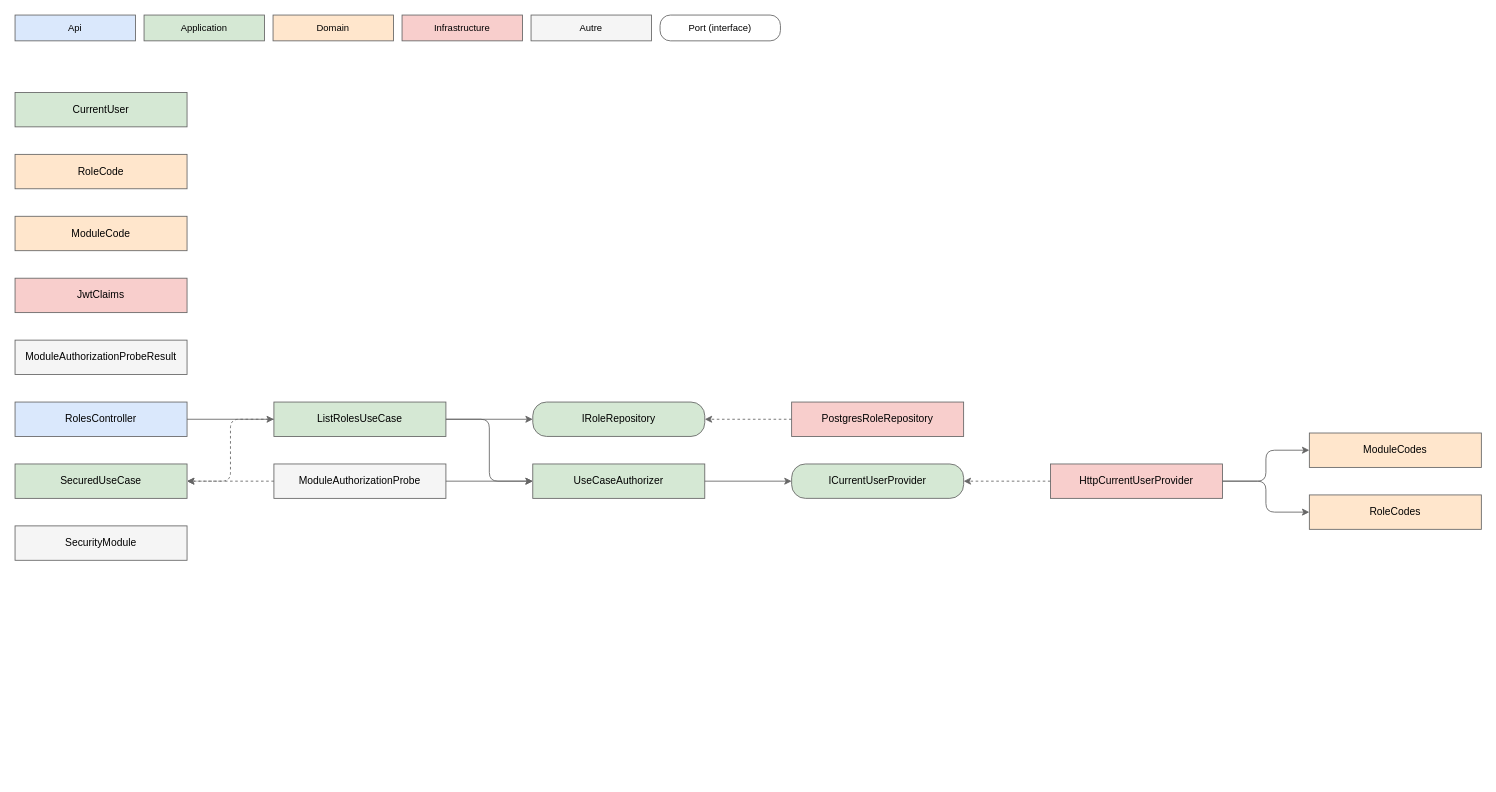
This is api/docs/diagrams/Core/Security/security.drawio from huiitre/Tools-app, a draw.io file, before an edit. Source tidied: cells renumbered, new cells numbered last; positions are measured from the earlier drawing's top-left corner, leaving out a move shared by most shapes. Both pictures are drawn from the tidied source at 86%, with x=0, y=0 at pixel (15, 15).
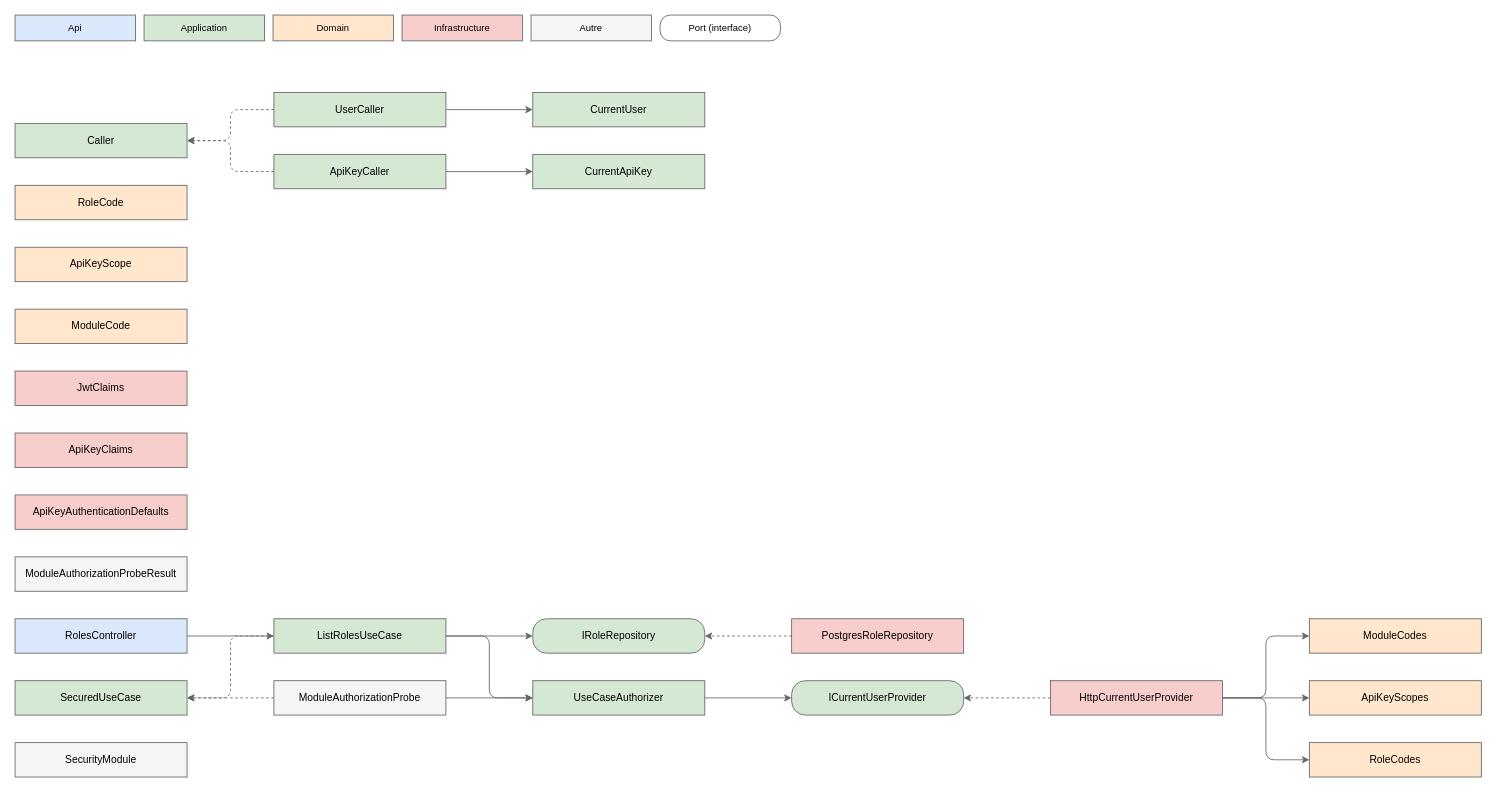
Above is the later version.

Change to the diagram source:
```diff
@@
+    <mxCell id="36" value="ApiKeyAuthenticationDefaults" style="rounded=0;whiteSpace=wrap;html=1;fillColor=#f8cecc;strokeColor=#666666;" parent="1" vertex="1">
+      <mxGeometry y="558" width="200" height="40" as="geometry" />
+    </mxCell>
+    <mxCell id="37" value="ApiKeyCaller" style="rounded=0;whiteSpace=wrap;html=1;fillColor=#d5e8d4;strokeColor=#666666;" parent="1" vertex="1">
+      <mxGeometry x="301" y="162" width="200" height="40" as="geometry" />
+    </mxCell>
+    <mxCell id="38" value="ApiKeyClaims" style="rounded=0;whiteSpace=wrap;html=1;fillColor=#f8cecc;strokeColor=#666666;" parent="1" vertex="1">
+      <mxGeometry y="486" width="200" height="40" as="geometry" />
+    </mxCell>
+    <mxCell id="39" value="ApiKeyScope" style="rounded=0;whiteSpace=wrap;html=1;fillColor=#ffe6cc;strokeColor=#666666;" parent="1" vertex="1">
+      <mxGeometry y="270" width="200" height="40" as="geometry" />
+    </mxCell>
+    <mxCell id="40" value="ApiKeyScopes" style="rounded=0;whiteSpace=wrap;html=1;fillColor=#ffe6cc;strokeColor=#666666;" parent="1" vertex="1">
+      <mxGeometry x="1505" y="774" width="200" height="40" as="geometry" />
+    </mxCell>
+    <mxCell id="41" value="Caller" style="rounded=0;whiteSpace=wrap;html=1;fillColor=#d5e8d4;strokeColor=#666666;" parent="1" vertex="1">
+      <mxGeometry y="126" width="200" height="40" as="geometry" />
+    </mxCell>
+    <mxCell id="42" value="CurrentApiKey" style="rounded=0;whiteSpace=wrap;html=1;fillColor=#d5e8d4;strokeColor=#666666;" parent="1" vertex="1">
+      <mxGeometry x="602" y="162" width="200" height="40" as="geometry" />
+    </mxCell>
     <mxCell id="8" value="CurrentUser" style="rounded=0;whiteSpace=wrap;html=1;fillColor=#d5e8d4;strokeColor=#666666;" parent="1" vertex="1">
-      <mxGeometry y="90" width="200" height="40" as="geometry" />
+      <mxGeometry x="602" y="90" width="200" height="40" as="geometry" />
     </mxCell>
     <mxCell id="9" value="HttpCurrentUserProvider" style="rounded=0;whiteSpace=wrap;html=1;fillColor=#f8cecc;strokeColor=#666666;" parent="1" vertex="1">
-      <mxGeometry x="1204" y="522" width="200" height="40" as="geometry" />
+      <mxGeometry x="1204" y="774" width="200" height="40" as="geometry" />
     </mxCell>
     <mxCell id="10" value="ICurrentUserProvider" style="rounded=1;arcSize=40;whiteSpace=wrap;html=1;fillColor=#d5e8d4;strokeColor=#666666;" parent="1" vertex="1">
-      <mxGeometry x="903" y="522" width="200" height="40" as="geometry" />
+      <mxGeometry x="903" y="774" width="200" height="40" as="geometry" />
     </mxCell>
     <mxCell id="11" value="IRoleRepository" style="rounded=1;arcSize=40;whiteSpace=wrap;html=1;fillColor=#d5e8d4;strokeColor=#666666;" parent="1" vertex="1">
-      <mxGeometry x="602" y="450" width="200" height="40" as="geometry" />
+      <mxGeometry x="602" y="702" width="200" height="40" as="geometry" />
     </mxCell>
     <mxCell id="12" value="JwtClaims" style="rounded=0;whiteSpace=wrap;html=1;fillColor=#f8cecc;strokeColor=#666666;" parent="1" vertex="1">
-      <mxGeometry y="306" width="200" height="40" as="geometry" />
+      <mxGeometry y="414" width="200" height="40" as="geometry" />
     </mxCell>
     <mxCell id="13" value="ListRolesUseCase" style="rounded=0;whiteSpace=wrap;html=1;fillColor=#d5e8d4;strokeColor=#666666;" parent="1" vertex="1">
-      <mxGeometry x="301" y="450" width="200" height="40" as="geometry" />
+      <mxGeometry x="301" y="702" width="200" height="40" as="geometry" />
     </mxCell>
     <mxCell id="14" value="ModuleAuthorizationProbe" style="rounded=0;whiteSpace=wrap;html=1;fillColor=#f5f5f5;strokeColor=#666666;" parent="1" vertex="1">
-      <mxGeometry x="301" y="522" width="200" height="40" as="geometry" />
+      <mxGeometry x="301" y="774" width="200" height="40" as="geometry" />
     </mxCell>
     <mxCell id="15" value="ModuleAuthorizationProbeResult" style="rounded=0;whiteSpace=wrap;html=1;fillColor=#f5f5f5;strokeColor=#666666;" parent="1" vertex="1">
-      <mxGeometry y="378" width="200" height="40" as="geometry" />
+      <mxGeometry y="630" width="200" height="40" as="geometry" />
     </mxCell>
     <mxCell id="16" value="ModuleCode" style="rounded=0;whiteSpace=wrap;html=1;fillColor=#ffe6cc;strokeColor=#666666;" parent="1" vertex="1">
-      <mxGeometry y="234" width="200" height="40" as="geometry" />
+      <mxGeometry y="342" width="200" height="40" as="geometry" />
     </mxCell>
     <mxCell id="17" value="ModuleCodes" style="rounded=0;whiteSpace=wrap;html=1;fillColor=#ffe6cc;strokeColor=#666666;" parent="1" vertex="1">
-      <mxGeometry x="1505" y="486" width="200" height="40" as="geometry" />
+      <mxGeometry x="1505" y="702" width="200" height="40" as="geometry" />
     </mxCell>
     <mxCell id="18" value="PostgresRoleRepository" style="rounded=0;whiteSpace=wrap;html=1;fillColor=#f8cecc;strokeColor=#666666;" parent="1" vertex="1">
-      <mxGeometry x="903" y="450" width="200" height="40" as="geometry" />
+      <mxGeometry x="903" y="702" width="200" height="40" as="geometry" />
     </mxCell>
     <mxCell id="19" value="RoleCode" style="rounded=0;whiteSpace=wrap;html=1;fillColor=#ffe6cc;strokeColor=#666666;" parent="1" vertex="1">
-      <mxGeometry y="162" width="200" height="40" as="geometry" />
+      <mxGeometry y="198" width="200" height="40" as="geometry" />
     </mxCell>
     <mxCell id="20" value="RoleCodes" style="rounded=0;whiteSpace=wrap;html=1;fillColor=#ffe6cc;strokeColor=#666666;" parent="1" vertex="1">
-      <mxGeometry x="1505" y="558" width="200" height="40" as="geometry" />
+      <mxGeometry x="1505" y="846" width="200" height="40" as="geometry" />
     </mxCell>
     <mxCell id="21" value="RolesController" style="rounded=0;whiteSpace=wrap;html=1;fillColor=#dae8fc;strokeColor=#666666;" parent="1" vertex="1">
-      <mxGeometry y="450" width="200" height="40" as="geometry" />
+      <mxGeometry y="702" width="200" height="40" as="geometry" />
     </mxCell>
     <mxCell id="22" value="SecuredUseCase" style="rounded=0;whiteSpace=wrap;html=1;fillColor=#d5e8d4;strokeColor=#666666;" parent="1" vertex="1">
-      <mxGeometry y="522" width="200" height="40" as="geometry" />
+      <mxGeometry y="774" width="200" height="40" as="geometry" />
     </mxCell>
     <mxCell id="23" value="SecurityModule" style="rounded=0;whiteSpace=wrap;html=1;fillColor=#f5f5f5;strokeColor=#666666;" parent="1" vertex="1">
-      <mxGeometry y="594" width="200" height="40" as="geometry" />
+      <mxGeometry y="846" width="200" height="40" as="geometry" />
     </mxCell>
     <mxCell id="24" value="UseCaseAuthorizer" style="rounded=0;whiteSpace=wrap;html=1;fillColor=#d5e8d4;strokeColor=#666666;" parent="1" vertex="1">
-      <mxGeometry x="602" y="522" width="200" height="40" as="geometry" />
+      <mxGeometry x="602" y="774" width="200" height="40" as="geometry" />
     </mxCell>
+    <mxCell id="43" value="UserCaller" style="rounded=0;whiteSpace=wrap;html=1;fillColor=#d5e8d4;strokeColor=#666666;" parent="1" vertex="1">
+      <mxGeometry x="301" y="90" width="200" height="40" as="geometry" />
+    </mxCell>
-    <mxCell id="25" style="edgeStyle=orthogonalEdgeStyle;rounded=1;html=1;jettySize=auto;exitX=0;exitY=0.5;entryX=1;entryY=0.5;exitDx=0;exitDy=0;entryDx=0;entryDy=0;strokeColor=#666666;dashed=1;" parent="1" edge="1" source="9" target="10">
+    <mxCell id="25" style="edgeStyle=orthogonalEdgeStyle;rounded=1;html=1;jettySize=auto;exitX=1;exitY=0.5;entryX=0;entryY=0.5;exitDx=0;exitDy=0;entryDx=0;entryDy=0;strokeColor=#666666;" parent="1" edge="1" source="37" target="42">
       <mxGeometry relative="1" as="geometry" />
     </mxCell>
-    <mxCell id="26" style="edgeStyle=orthogonalEdgeStyle;rounded=1;html=1;jettySize=auto;exitX=1;exitY=0.5;entryX=0;entryY=0.5;exitDx=0;exitDy=0;entryDx=0;entryDy=0;strokeColor=#666666;" parent="1" edge="1" source="9" target="17">
+    <mxCell id="26" style="edgeStyle=orthogonalEdgeStyle;rounded=1;html=1;jettySize=auto;exitX=0;exitY=0.5;entryX=1;entryY=0.5;exitDx=0;exitDy=0;entryDx=0;entryDy=0;strokeColor=#666666;dashed=1;" parent="1" edge="1" source="37" target="41">
       <mxGeometry relative="1" as="geometry" />
     </mxCell>
-    <mxCell id="27" style="edgeStyle=orthogonalEdgeStyle;rounded=1;html=1;jettySize=auto;exitX=1;exitY=0.5;entryX=0;entryY=0.5;exitDx=0;exitDy=0;entryDx=0;entryDy=0;strokeColor=#666666;" parent="1" edge="1" source="9" target="20">
+    <mxCell id="27" style="edgeStyle=orthogonalEdgeStyle;rounded=1;html=1;jettySize=auto;exitX=0;exitY=0.5;entryX=1;entryY=0.5;exitDx=0;exitDy=0;entryDx=0;entryDy=0;strokeColor=#666666;dashed=1;" parent="1" edge="1" source="9" target="10">
       <mxGeometry relative="1" as="geometry" />
     </mxCell>
-    <mxCell id="28" style="edgeStyle=orthogonalEdgeStyle;rounded=1;html=1;jettySize=auto;exitX=1;exitY=0.5;entryX=0;entryY=0.5;exitDx=0;exitDy=0;entryDx=0;entryDy=0;strokeColor=#666666;" parent="1" edge="1" source="13" target="11">
+    <mxCell id="28" style="edgeStyle=orthogonalEdgeStyle;rounded=1;html=1;jettySize=auto;exitX=1;exitY=0.5;entryX=0;entryY=0.5;exitDx=0;exitDy=0;entryDx=0;entryDy=0;strokeColor=#666666;" parent="1" edge="1" source="9" target="40">
       <mxGeometry relative="1" as="geometry" />
     </mxCell>
-    <mxCell id="29" style="edgeStyle=orthogonalEdgeStyle;rounded=1;html=1;jettySize=auto;exitX=1;exitY=0.5;entryX=0;entryY=0.5;exitDx=0;exitDy=0;entryDx=0;entryDy=0;strokeColor=#666666;" parent="1" edge="1" source="13" target="24">
+    <mxCell id="29" style="edgeStyle=orthogonalEdgeStyle;rounded=1;html=1;jettySize=auto;exitX=1;exitY=0.5;entryX=0;entryY=0.5;exitDx=0;exitDy=0;entryDx=0;entryDy=0;strokeColor=#666666;" parent="1" edge="1" source="9" target="17">
       <mxGeometry relative="1" as="geometry" />
     </mxCell>
-    <mxCell id="30" style="edgeStyle=orthogonalEdgeStyle;rounded=1;html=1;jettySize=auto;exitX=0;exitY=0.5;entryX=1;entryY=0.5;exitDx=0;exitDy=0;entryDx=0;entryDy=0;strokeColor=#666666;dashed=1;" parent="1" edge="1" source="13" target="22">
+    <mxCell id="30" style="edgeStyle=orthogonalEdgeStyle;rounded=1;html=1;jettySize=auto;exitX=1;exitY=0.5;entryX=0;entryY=0.5;exitDx=0;exitDy=0;entryDx=0;entryDy=0;strokeColor=#666666;" parent="1" edge="1" source="9" target="20">
       <mxGeometry relative="1" as="geometry" />
     </mxCell>
-    <mxCell id="31" style="edgeStyle=orthogonalEdgeStyle;rounded=1;html=1;jettySize=auto;exitX=1;exitY=0.5;entryX=0;entryY=0.5;exitDx=0;exitDy=0;entryDx=0;entryDy=0;strokeColor=#666666;" parent="1" edge="1" source="14" target="24">
+    <mxCell id="31" style="edgeStyle=orthogonalEdgeStyle;rounded=1;html=1;jettySize=auto;exitX=1;exitY=0.5;entryX=0;entryY=0.5;exitDx=0;exitDy=0;entryDx=0;entryDy=0;strokeColor=#666666;" parent="1" edge="1" source="13" target="11">
       <mxGeometry relative="1" as="geometry" />
     </mxCell>
-    <mxCell id="32" style="edgeStyle=orthogonalEdgeStyle;rounded=1;html=1;jettySize=auto;exitX=0;exitY=0.5;entryX=1;entryY=0.5;exitDx=0;exitDy=0;entryDx=0;entryDy=0;strokeColor=#666666;dashed=1;" parent="1" edge="1" source="14" target="22">
+    <mxCell id="32" style="edgeStyle=orthogonalEdgeStyle;rounded=1;html=1;jettySize=auto;exitX=1;exitY=0.5;entryX=0;entryY=0.5;exitDx=0;exitDy=0;entryDx=0;entryDy=0;strokeColor=#666666;" parent="1" edge="1" source="13" target="24">
       <mxGeometry relative="1" as="geometry" />
     </mxCell>
-    <mxCell id="33" style="edgeStyle=orthogonalEdgeStyle;rounded=1;html=1;jettySize=auto;exitX=0;exitY=0.5;entryX=1;entryY=0.5;exitDx=0;exitDy=0;entryDx=0;entryDy=0;strokeColor=#666666;dashed=1;" parent="1" edge="1" source="18" target="11">
+    <mxCell id="33" style="edgeStyle=orthogonalEdgeStyle;rounded=1;html=1;jettySize=auto;exitX=0;exitY=0.5;entryX=1;entryY=0.5;exitDx=0;exitDy=0;entryDx=0;entryDy=0;strokeColor=#666666;dashed=1;" parent="1" edge="1" source="13" target="22">
       <mxGeometry relative="1" as="geometry" />
     </mxCell>
-    <mxCell id="34" style="edgeStyle=orthogonalEdgeStyle;rounded=1;html=1;jettySize=auto;exitX=1;exitY=0.5;entryX=0;entryY=0.5;exitDx=0;exitDy=0;entryDx=0;entryDy=0;strokeColor=#666666;" parent="1" edge="1" source="21" target="13">
+    <mxCell id="34" style="edgeStyle=orthogonalEdgeStyle;rounded=1;html=1;jettySize=auto;exitX=1;exitY=0.5;entryX=0;entryY=0.5;exitDx=0;exitDy=0;entryDx=0;entryDy=0;strokeColor=#666666;" parent="1" edge="1" source="14" target="24">
       <mxGeometry relative="1" as="geometry" />
     </mxCell>
-    <mxCell id="35" style="edgeStyle=orthogonalEdgeStyle;rounded=1;html=1;jettySize=auto;exitX=1;exitY=0.5;entryX=0;entryY=0.5;exitDx=0;exitDy=0;entryDx=0;entryDy=0;strokeColor=#666666;" parent="1" edge="1" source="24" target="10">
+    <mxCell id="35" style="edgeStyle=orthogonalEdgeStyle;rounded=1;html=1;jettySize=auto;exitX=0;exitY=0.5;entryX=1;entryY=0.5;exitDx=0;exitDy=0;entryDx=0;entryDy=0;strokeColor=#666666;dashed=1;" parent="1" edge="1" source="14" target="22">
       <mxGeometry relative="1" as="geometry" />
     </mxCell>
+    <mxCell id="44" style="edgeStyle=orthogonalEdgeStyle;rounded=1;html=1;jettySize=auto;exitX=0;exitY=0.5;entryX=1;entryY=0.5;exitDx=0;exitDy=0;entryDx=0;entryDy=0;strokeColor=#666666;dashed=1;" parent="1" edge="1" source="18" target="11">
+      <mxGeometry relative="1" as="geometry" />
+    </mxCell>
+    <mxCell id="45" style="edgeStyle=orthogonalEdgeStyle;rounded=1;html=1;jettySize=auto;exitX=1;exitY=0.5;entryX=0;entryY=0.5;exitDx=0;exitDy=0;entryDx=0;entryDy=0;strokeColor=#666666;" parent="1" edge="1" source="21" target="13">
+      <mxGeometry relative="1" as="geometry" />
+    </mxCell>
+    <mxCell id="46" style="edgeStyle=orthogonalEdgeStyle;rounded=1;html=1;jettySize=auto;exitX=1;exitY=0.5;entryX=0;entryY=0.5;exitDx=0;exitDy=0;entryDx=0;entryDy=0;strokeColor=#666666;" parent="1" edge="1" source="24" target="10">
+      <mxGeometry relative="1" as="geometry" />
+    </mxCell>
+    <mxCell id="47" style="edgeStyle=orthogonalEdgeStyle;rounded=1;html=1;jettySize=auto;exitX=1;exitY=0.5;entryX=0;entryY=0.5;exitDx=0;exitDy=0;entryDx=0;entryDy=0;strokeColor=#666666;" parent="1" edge="1" source="43" target="8">
+      <mxGeometry relative="1" as="geometry" />
+    </mxCell>
+    <mxCell id="48" style="edgeStyle=orthogonalEdgeStyle;rounded=1;html=1;jettySize=auto;exitX=0;exitY=0.5;entryX=1;entryY=0.5;exitDx=0;exitDy=0;entryDx=0;entryDy=0;strokeColor=#666666;dashed=1;" parent="1" edge="1" source="43" target="41">
+      <mxGeometry relative="1" as="geometry" />
+    </mxCell>
```
